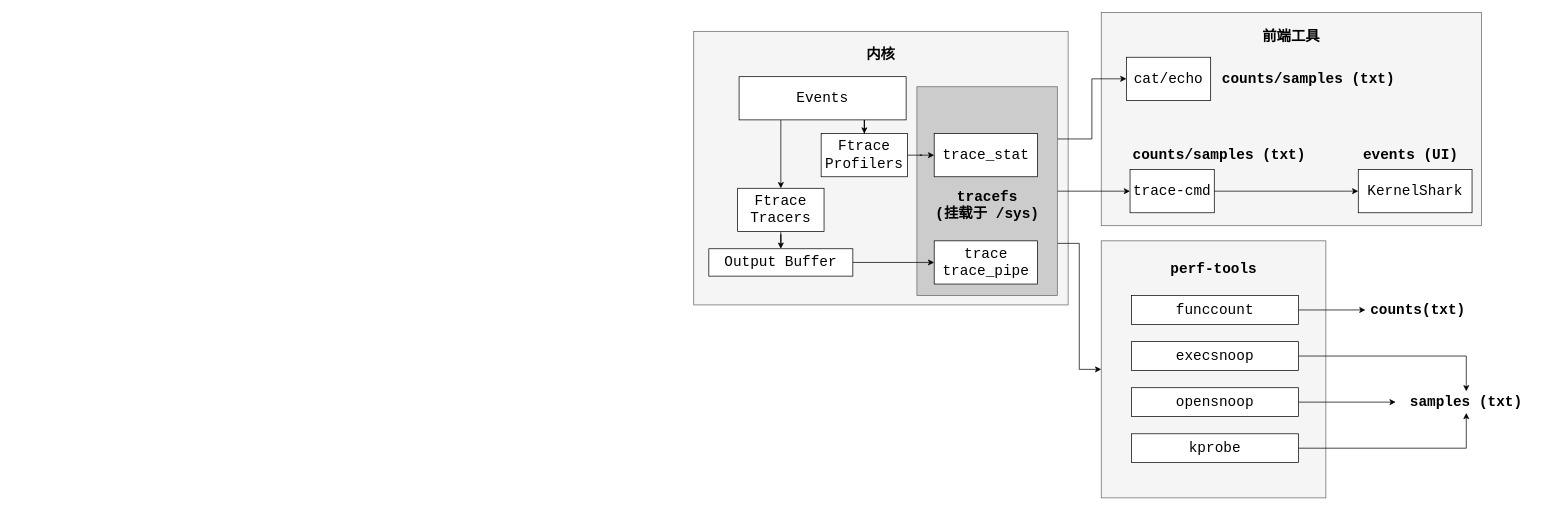
The draw.io diagram sec_learning/Tech_OS_And_Linux_Kernel/Linux_Kernel_Tracing_Ftrace/pic/drawio/ftrace.drawio in zobinHuang/zobinhuang.github.io, before the edit. Source tidied: cells renumbered, new cells numbered last; positions are measured from the earlier drawing's top-left corner, leaving out a move shared by most shapes. Both pictures are drawn from the tidied source at 72%, with x=0, y=0 at pixel (693, 12).
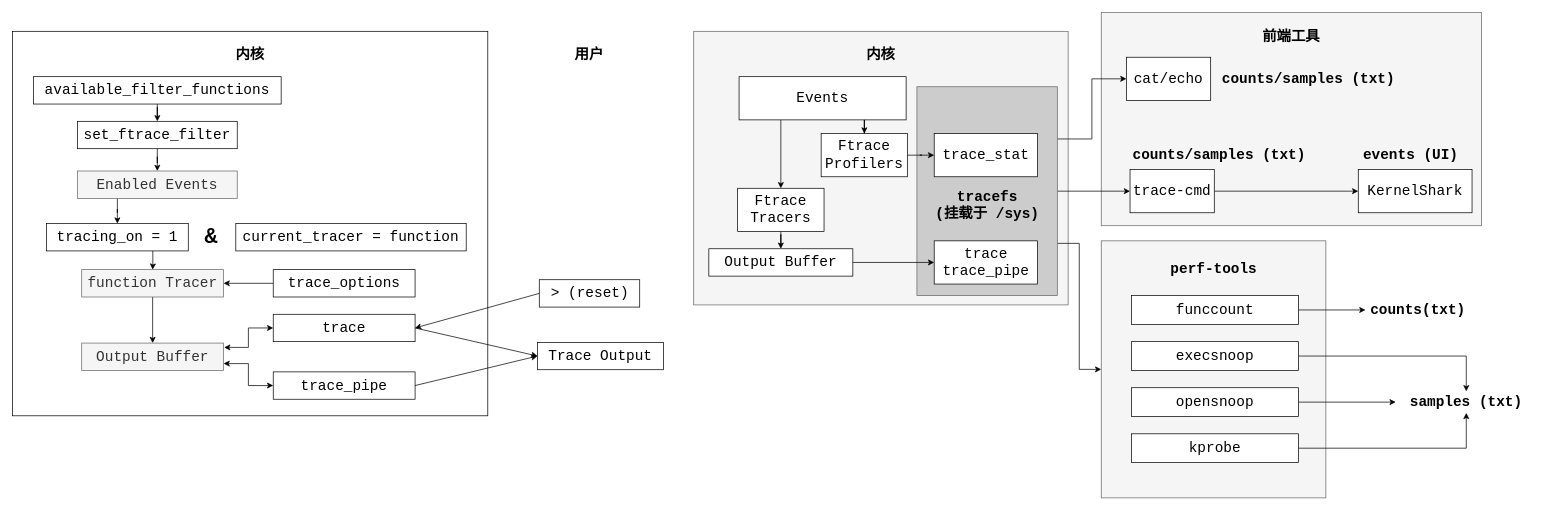
After the change.

Change to the diagram source:
```diff
@@
+    <mxCell id="41" style="rounded=0;whiteSpace=wrap;html=1;" parent="1" vertex="1">
+      <mxGeometry x="-946" y="26" width="660" height="534" as="geometry" />
+    </mxCell>
+    <mxCell id="42" value="&lt;b&gt;内核&lt;/b&gt;" style="text;html=1;strokeColor=none;fillColor=none;align=center;verticalAlign=middle;whiteSpace=wrap;rounded=0;fontFamily=Courier New;fontSize=20;" parent="1" vertex="1">
+      <mxGeometry x="-661" y="44" width="90" height="30" as="geometry" />
+    </mxCell>
+    <mxCell id="43" style="edgeStyle=orthogonalEdgeStyle;rounded=0;jettySize=auto;html=1;entryX=0.5;entryY=0;entryDx=0;entryDy=0;" parent="1" edge="1" source="44" target="46">
+      <mxGeometry relative="1" as="geometry" />
+    </mxCell>
+    <mxCell id="44" value="&lt;font style=&quot;font-size: 20px&quot; face=&quot;Courier New&quot;&gt;available_filter_functions&lt;/font&gt;" style="rounded=0;whiteSpace=wrap;html=1;" parent="1" vertex="1">
+      <mxGeometry x="-917" y="89" width="344" height="38" as="geometry" />
+    </mxCell>
+    <mxCell id="45" style="edgeStyle=orthogonalEdgeStyle;rounded=0;jettySize=auto;html=1;entryX=0.5;entryY=0;entryDx=0;entryDy=0;" parent="1" edge="1" source="46" target="48">
+      <mxGeometry relative="1" as="geometry" />
+    </mxCell>
+    <mxCell id="46" value="&lt;font style=&quot;font-size: 20px&quot; face=&quot;Courier New&quot;&gt;set_ftrace_filter&lt;/font&gt;" style="rounded=0;whiteSpace=wrap;html=1;" parent="1" vertex="1">
+      <mxGeometry x="-856" y="151" width="222" height="38" as="geometry" />
+    </mxCell>
+    <mxCell id="47" style="edgeStyle=orthogonalEdgeStyle;rounded=0;jettySize=auto;html=1;exitX=0.25;exitY=1;exitDx=0;exitDy=0;" parent="1" edge="1" source="48" target="50">
+      <mxGeometry relative="1" as="geometry" />
+    </mxCell>
+    <mxCell id="48" value="&lt;font style=&quot;font-size: 20px&quot; face=&quot;Courier New&quot;&gt;Enabled Events&lt;/font&gt;" style="rounded=0;whiteSpace=wrap;html=1;fillColor=#f5f5f5;fontColor=#333333;strokeColor=#666666;" parent="1" vertex="1">
+      <mxGeometry x="-856" y="220" width="222" height="38" as="geometry" />
+    </mxCell>
+    <mxCell id="49" style="edgeStyle=orthogonalEdgeStyle;rounded=0;jettySize=auto;html=1;fontSize=30;exitX=0.75;exitY=1;exitDx=0;exitDy=0;" parent="1" edge="1" source="50" target="54">
+      <mxGeometry relative="1" as="geometry" />
+    </mxCell>
+    <mxCell id="50" value="&lt;font style=&quot;font-size: 20px&quot; face=&quot;Courier New&quot;&gt;tracing_on = 1&lt;/font&gt;" style="rounded=0;whiteSpace=wrap;html=1;" parent="1" vertex="1">
+      <mxGeometry x="-899" y="293" width="197" height="38" as="geometry" />
+    </mxCell>
+    <mxCell id="51" value="&lt;font style=&quot;font-size: 20px&quot; face=&quot;Courier New&quot;&gt;current_tracer = function&lt;/font&gt;" style="rounded=0;whiteSpace=wrap;html=1;" parent="1" vertex="1">
+      <mxGeometry x="-636" y="293" width="320" height="38" as="geometry" />
+    </mxCell>
+    <mxCell id="52" value="&lt;b&gt;&lt;font style=&quot;font-size: 30px&quot;&gt;&amp;amp;&lt;/font&gt;&lt;/b&gt;" style="text;html=1;strokeColor=none;fillColor=none;align=center;verticalAlign=middle;whiteSpace=wrap;rounded=0;fontFamily=Courier New;fontSize=20;" parent="1" vertex="1">
+      <mxGeometry x="-715" y="297" width="90" height="30" as="geometry" />
+    </mxCell>
+    <mxCell id="53" style="edgeStyle=orthogonalEdgeStyle;rounded=0;jettySize=auto;html=1;entryX=0.5;entryY=0;entryDx=0;entryDy=0;fontSize=30;" parent="1" edge="1" source="54" target="59">
+      <mxGeometry relative="1" as="geometry" />
+    </mxCell>
+    <mxCell id="54" value="&lt;font style=&quot;font-size: 20px&quot; face=&quot;Courier New&quot;&gt;function Tracer&lt;/font&gt;" style="rounded=0;whiteSpace=wrap;html=1;fillColor=#f5f5f5;fontColor=#333333;strokeColor=#666666;" parent="1" vertex="1">
+      <mxGeometry x="-850" y="357" width="197" height="38" as="geometry" />
+    </mxCell>
+    <mxCell id="55" style="edgeStyle=orthogonalEdgeStyle;rounded=0;jettySize=auto;html=1;fontSize=30;" parent="1" edge="1" source="56" target="54">
+      <mxGeometry relative="1" as="geometry" />
+    </mxCell>
+    <mxCell id="56" value="&lt;font style=&quot;font-size: 20px&quot; face=&quot;Courier New&quot;&gt;trace_options&lt;/font&gt;" style="rounded=0;whiteSpace=wrap;html=1;" parent="1" vertex="1">
+      <mxGeometry x="-584" y="357" width="197" height="38" as="geometry" />
+    </mxCell>
+    <mxCell id="57" style="edgeStyle=orthogonalEdgeStyle;rounded=0;jettySize=auto;html=1;entryX=0;entryY=0.5;entryDx=0;entryDy=0;fontSize=30;startArrow=classic;startFill=1;exitX=1.004;exitY=0.158;exitDx=0;exitDy=0;exitPerimeter=0;" parent="1" edge="1" source="59" target="61">
+      <mxGeometry relative="1" as="geometry" />
+    </mxCell>
+    <mxCell id="58" style="edgeStyle=orthogonalEdgeStyle;rounded=0;jettySize=auto;html=1;entryX=0;entryY=0.5;entryDx=0;entryDy=0;fontSize=30;startArrow=classic;startFill=1;exitX=1;exitY=0.75;exitDx=0;exitDy=0;" parent="1" edge="1" source="59" target="63">
+      <mxGeometry relative="1" as="geometry" />
+    </mxCell>
+    <mxCell id="59" value="&lt;font style=&quot;font-size: 20px&quot; face=&quot;Courier New&quot;&gt;Output Buffer&lt;/font&gt;" style="rounded=0;whiteSpace=wrap;html=1;fillColor=#f5f5f5;fontColor=#333333;strokeColor=#666666;" parent="1" vertex="1">
+      <mxGeometry x="-850" y="459" width="197" height="38" as="geometry" />
+    </mxCell>
+    <mxCell id="60" style="edgeStyle=none;rounded=0;jettySize=auto;html=1;entryX=0;entryY=0.5;entryDx=0;entryDy=0;fontSize=30;startArrow=none;startFill=0;exitX=1;exitY=0.5;exitDx=0;exitDy=0;" parent="1" edge="1" source="61" target="67">
+      <mxGeometry relative="1" as="geometry" />
+    </mxCell>
+    <mxCell id="61" value="&lt;font style=&quot;font-size: 20px&quot; face=&quot;Courier New&quot;&gt;trace&lt;/font&gt;" style="rounded=0;whiteSpace=wrap;html=1;" parent="1" vertex="1">
+      <mxGeometry x="-584" y="419" width="197" height="38" as="geometry" />
+    </mxCell>
+    <mxCell id="62" style="edgeStyle=none;rounded=0;jettySize=auto;html=1;entryX=0;entryY=0.5;entryDx=0;entryDy=0;fontSize=30;startArrow=none;startFill=0;exitX=1;exitY=0.5;exitDx=0;exitDy=0;" parent="1" edge="1" source="63" target="67">
+      <mxGeometry relative="1" as="geometry" />
+    </mxCell>
+    <mxCell id="63" value="&lt;font style=&quot;font-size: 20px&quot; face=&quot;Courier New&quot;&gt;trace_pipe&lt;/font&gt;" style="rounded=0;whiteSpace=wrap;html=1;" parent="1" vertex="1">
+      <mxGeometry x="-584" y="499" width="197" height="38" as="geometry" />
+    </mxCell>
+    <mxCell id="64" value="&lt;b&gt;用户&lt;/b&gt;" style="text;html=1;strokeColor=none;fillColor=none;align=center;verticalAlign=middle;whiteSpace=wrap;rounded=0;fontFamily=Courier New;fontSize=20;" parent="1" vertex="1">
+      <mxGeometry x="-189.8" y="44" width="90" height="30" as="geometry" />
+    </mxCell>
+    <mxCell id="65" style="rounded=0;jettySize=auto;html=1;entryX=1;entryY=0.5;entryDx=0;entryDy=0;fontSize=30;startArrow=none;startFill=0;exitX=0;exitY=0.5;exitDx=0;exitDy=0;" parent="1" edge="1" source="66" target="61">
+      <mxGeometry relative="1" as="geometry" />
+    </mxCell>
+    <mxCell id="66" value="&lt;font face=&quot;Courier New&quot;&gt;&lt;span style=&quot;font-size: 20px&quot;&gt;&amp;gt; (reset)&lt;/span&gt;&lt;/font&gt;" style="rounded=0;whiteSpace=wrap;html=1;" parent="1" vertex="1">
+      <mxGeometry x="-214.5" y="371" width="139.5" height="38" as="geometry" />
+    </mxCell>
+    <mxCell id="67" value="&lt;font face=&quot;Courier New&quot;&gt;&lt;span style=&quot;font-size: 20px&quot;&gt;Trace Output&lt;/span&gt;&lt;/font&gt;" style="rounded=0;whiteSpace=wrap;html=1;" parent="1" vertex="1">
+      <mxGeometry x="-217" y="458" width="175" height="38" as="geometry" />
+    </mxCell>
```
